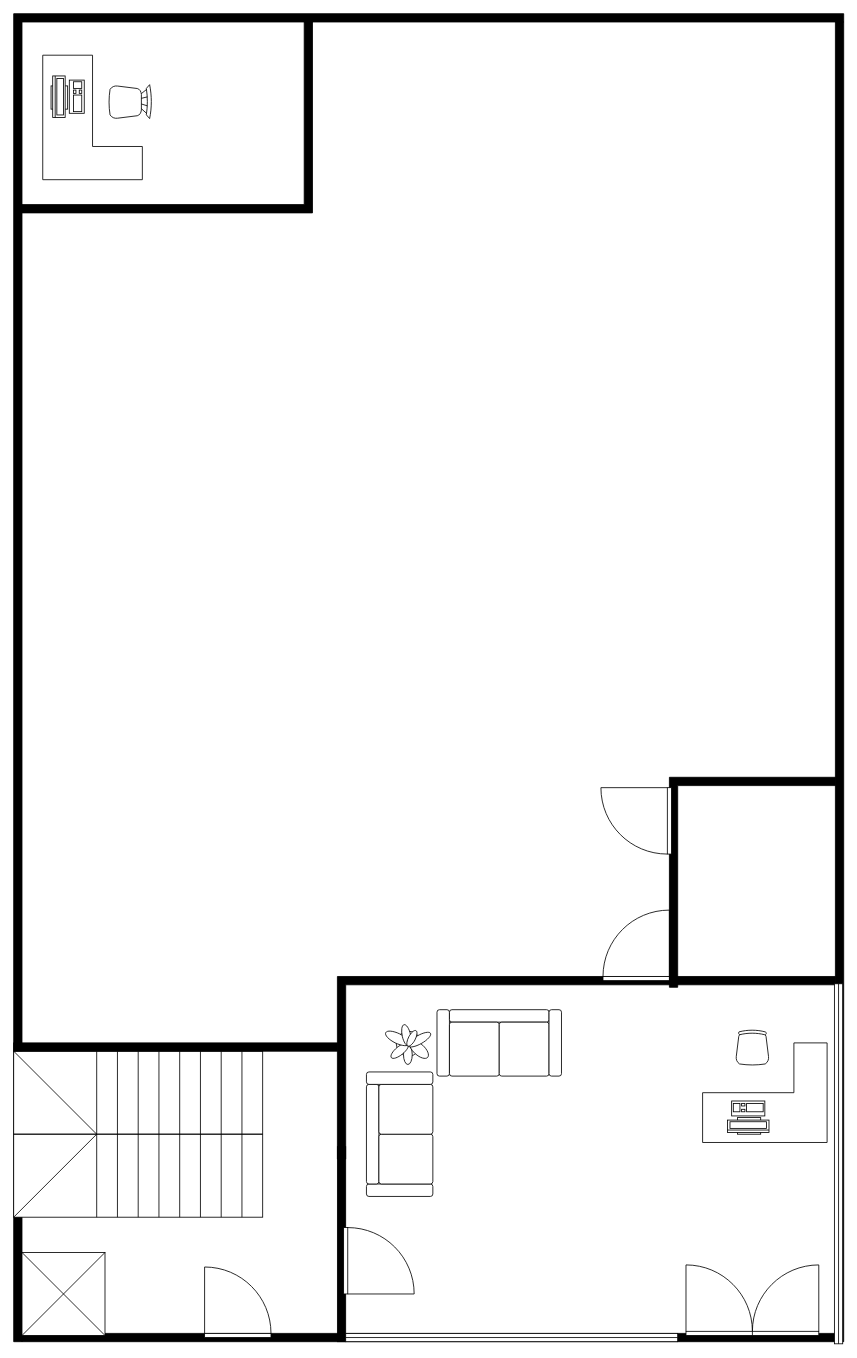
This is Unbenanntes Diagramm.drawio from ttffkk/TBS1, a draw.io file, before an edit. Source tidied: cells renumbered, new cells numbered last; positions are measured from the earlier drawing's top-left corner, leaving out a move shared by most shapes. Both pictures are drawn from the tidied source at 83%, with x=0, y=0 at pixel (13, 13).
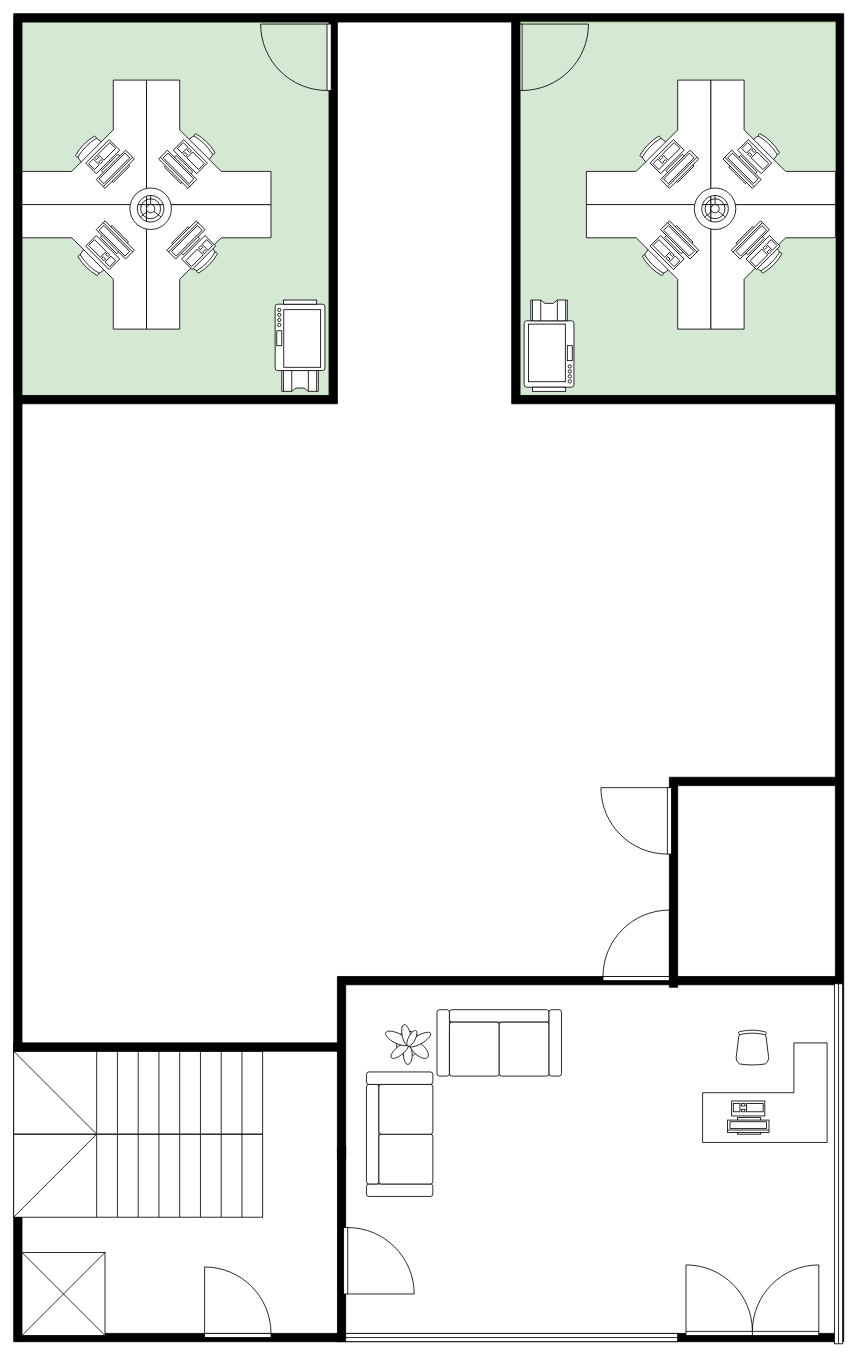
Above is the later version.

Commit message:
Added Offices for FInances

What changed in the source:
```diff
@@
+    <mxCell id="27" style="rounded=0;whiteSpace=wrap;html=1;fillColor=#d5e8d4;strokeColor=#82b366;" parent="1" vertex="1">
+      <mxGeometry y="10" width="380" height="450" as="geometry" />
+    </mxCell>
@@
     <mxCell id="23" style="verticalLabelPosition=bottom;html=1;verticalAlign=top;align=center;shape=mxgraph.floorplan.wallCorner;fillColor=strokeColor;direction=west;" parent="1" vertex="1">
-      <mxGeometry x="10" y="10" width="350" height="230" as="geometry" />
+      <mxGeometry x="10" y="10" width="380" height="460" as="geometry" />
     </mxCell>
-    <mxCell id="24" style="verticalLabelPosition=bottom;html=1;verticalAlign=top;align=center;shape=mxgraph.floorplan.desk_corner_2;rotation=-90;" parent="1" vertex="1">
-      <mxGeometry x="20" y="65" width="150" height="120" as="geometry" />
-    </mxCell>
-    <mxCell id="25" style="verticalLabelPosition=bottom;html=1;verticalAlign=top;align=center;shape=mxgraph.floorplan.chair;rotation=90;" parent="1" vertex="1">
-      <mxGeometry x="120" y="80" width="41" height="52" as="geometry" />
-    </mxCell>
-    <mxCell id="26" style="verticalLabelPosition=bottom;html=1;verticalAlign=top;align=center;shape=mxgraph.floorplan.workstation;rotation=-90;" parent="1" vertex="1">
-      <mxGeometry x="40" y="80" width="50" height="40" as="geometry" />
-    </mxCell>
+    <mxCell id="28" style="verticalLabelPosition=bottom;html=1;verticalAlign=top;align=center;shape=mxgraph.floorplan.desk_corner;rotation=-180;" parent="1" vertex="1">
+      <mxGeometry x="10" y="80" width="150" height="150" as="geometry" />
+    </mxCell>
+    <mxCell id="29" style="verticalLabelPosition=bottom;html=1;verticalAlign=top;align=center;shape=mxgraph.floorplan.desk_corner;rotation=90;" parent="1" vertex="1">
+      <mxGeometry x="10" y="230" width="150" height="150" as="geometry" />
+    </mxCell>
+    <mxCell id="30" style="verticalLabelPosition=bottom;html=1;verticalAlign=top;align=center;shape=mxgraph.floorplan.desk_corner;" parent="1" vertex="1">
+      <mxGeometry x="160" y="230" width="150" height="150" as="geometry" />
+    </mxCell>
+    <mxCell id="31" style="verticalLabelPosition=bottom;html=1;verticalAlign=top;align=center;shape=mxgraph.floorplan.desk_corner;rotation=-90;" parent="1" vertex="1">
+      <mxGeometry x="160" y="80" width="150" height="150" as="geometry" />
+    </mxCell>
+    <mxCell id="32" style="verticalLabelPosition=bottom;html=1;verticalAlign=top;align=center;shape=mxgraph.floorplan.doorLeft;rotation=90;" parent="1" vertex="1">
+      <mxGeometry x="300" y="10" width="80" height="85" as="geometry" />
+    </mxCell>
+    <mxCell id="33" style="verticalLabelPosition=bottom;html=1;verticalAlign=top;align=center;shape=mxgraph.floorplan.floor_lamp;" parent="1" vertex="1">
+      <mxGeometry x="140" y="210" width="50" height="50" as="geometry" />
+    </mxCell>
+    <mxCell id="34" style="verticalLabelPosition=bottom;html=1;verticalAlign=top;align=center;shape=mxgraph.floorplan.copier;rotation=90;" parent="1" vertex="1">
+      <mxGeometry x="290" y="370" width="110" height="60" as="geometry" />
+    </mxCell>
+    <mxCell id="35" style="verticalLabelPosition=bottom;html=1;verticalAlign=top;align=center;shape=mxgraph.floorplan.workstation;rotation=-135;" parent="1" vertex="1">
+      <mxGeometry x="180" y="160" width="50" height="40" as="geometry" />
+    </mxCell>
+    <mxCell id="36" style="verticalLabelPosition=bottom;html=1;verticalAlign=top;align=center;shape=mxgraph.floorplan.workstation;rotation=-225;" parent="1" vertex="1">
+      <mxGeometry x="90" y="160" width="50" height="40" as="geometry" />
+    </mxCell>
+    <mxCell id="37" style="verticalLabelPosition=bottom;html=1;verticalAlign=top;align=center;shape=mxgraph.floorplan.workstation;rotation=45;" parent="1" vertex="1">
+      <mxGeometry x="90" y="260" width="50" height="40" as="geometry" />
+    </mxCell>
+    <mxCell id="38" style="verticalLabelPosition=bottom;html=1;verticalAlign=top;align=center;shape=mxgraph.floorplan.workstation;rotation=-45;" parent="1" vertex="1">
+      <mxGeometry x="190" y="260" width="50" height="40" as="geometry" />
+    </mxCell>
+    <mxCell id="39" style="rounded=0;whiteSpace=wrap;html=1;fillColor=#d5e8d4;strokeColor=#82b366;" parent="1" vertex="1">
+      <mxGeometry x="610" y="10" width="380" height="450" as="geometry" />
+    </mxCell>
+    <mxCell id="40" style="verticalLabelPosition=bottom;html=1;verticalAlign=top;align=center;shape=mxgraph.floorplan.desk_corner;rotation=-180;" parent="1" vertex="1">
+      <mxGeometry x="690" y="80" width="150" height="150" as="geometry" />
+    </mxCell>
+    <mxCell id="41" style="verticalLabelPosition=bottom;html=1;verticalAlign=top;align=center;shape=mxgraph.floorplan.desk_corner;rotation=90;" parent="1" vertex="1">
+      <mxGeometry x="690" y="230" width="150" height="150" as="geometry" />
+    </mxCell>
+    <mxCell id="42" style="verticalLabelPosition=bottom;html=1;verticalAlign=top;align=center;shape=mxgraph.floorplan.desk_corner;" parent="1" vertex="1">
+      <mxGeometry x="840" y="230" width="150" height="150" as="geometry" />
+    </mxCell>
+    <mxCell id="43" style="verticalLabelPosition=bottom;html=1;verticalAlign=top;align=center;shape=mxgraph.floorplan.desk_corner;rotation=-90;" parent="1" vertex="1">
+      <mxGeometry x="840" y="80" width="150" height="150" as="geometry" />
+    </mxCell>
+    <mxCell id="44" style="verticalLabelPosition=bottom;html=1;verticalAlign=top;align=center;shape=mxgraph.floorplan.floor_lamp;" parent="1" vertex="1">
+      <mxGeometry x="820" y="210" width="50" height="50" as="geometry" />
+    </mxCell>
+    <mxCell id="45" style="verticalLabelPosition=bottom;html=1;verticalAlign=top;align=center;shape=mxgraph.floorplan.copier;rotation=-90;" parent="1" vertex="1">
+      <mxGeometry x="590" y="370" width="110" height="60" as="geometry" />
+    </mxCell>
+    <mxCell id="46" style="verticalLabelPosition=bottom;html=1;verticalAlign=top;align=center;shape=mxgraph.floorplan.workstation;rotation=-135;" parent="1" vertex="1">
+      <mxGeometry x="860" y="160" width="50" height="40" as="geometry" />
+    </mxCell>
+    <mxCell id="47" style="verticalLabelPosition=bottom;html=1;verticalAlign=top;align=center;shape=mxgraph.floorplan.workstation;rotation=-225;" parent="1" vertex="1">
+      <mxGeometry x="770" y="160" width="50" height="40" as="geometry" />
+    </mxCell>
+    <mxCell id="48" style="verticalLabelPosition=bottom;html=1;verticalAlign=top;align=center;shape=mxgraph.floorplan.workstation;rotation=45;" parent="1" vertex="1">
+      <mxGeometry x="770" y="260" width="50" height="40" as="geometry" />
+    </mxCell>
+    <mxCell id="49" style="verticalLabelPosition=bottom;html=1;verticalAlign=top;align=center;shape=mxgraph.floorplan.workstation;rotation=-45;" parent="1" vertex="1">
+      <mxGeometry x="870" y="260" width="50" height="40" as="geometry" />
+    </mxCell>
+    <mxCell id="50" style="verticalLabelPosition=bottom;html=1;verticalAlign=top;align=center;shape=mxgraph.floorplan.doorRight;rotation=-90;" parent="1" vertex="1">
+      <mxGeometry x="610" y="10" width="80" height="85" as="geometry" />
+    </mxCell>
+    <mxCell id="51" style="verticalLabelPosition=bottom;html=1;verticalAlign=top;align=center;shape=mxgraph.floorplan.wallCorner;fillColor=strokeColor;direction=north;" parent="1" vertex="1">
+      <mxGeometry x="600" y="10" width="390" height="460" as="geometry" />
+    </mxCell>
```
